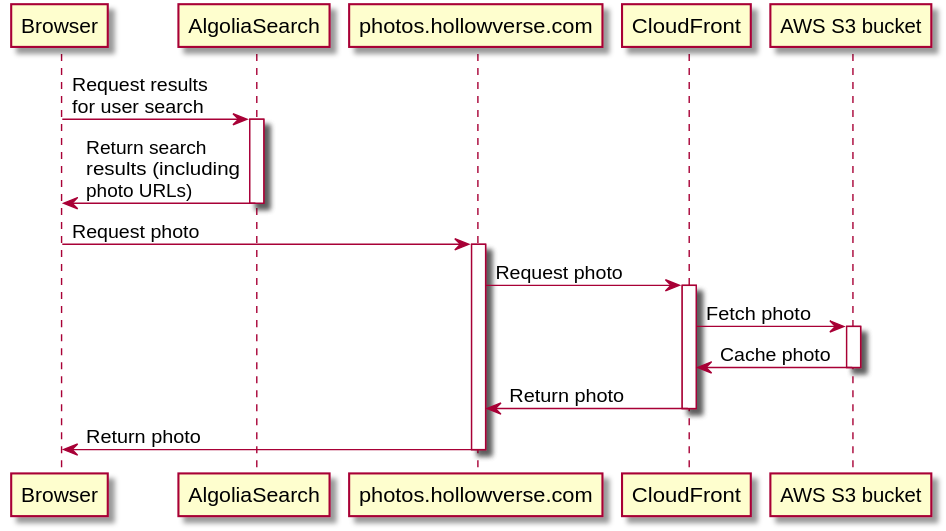
hollowverse-archive/architecture keeps this PlantUML diagram as architectures/diagrams/afterDownloadingIndexHtmlSearchPage.puml.svg. Above is the earlier version. Its source is kept beside it as architectures/diagrams/afterDownloadingIndexHtmlSearchPage.puml. Its diagram source:
```plantuml
@startuml
participant Browser as browser
participant AlgoliaSearch as algolia
participant "photos.hollowverse.com" as photos
participant CloudFront as cf
participant "AWS S3 bucket" as s3

browser -> algolia: Request results\nfor user search
activate algolia
algolia -> browser: Return search\nresults (including\nphoto URLs)
deactivate algolia
browser -> photos: Request photo
activate photos
photos -> cf: Request photo
activate cf
cf -> s3: Fetch photo
activate s3
s3 -> cf: Cache photo
deactivate s3
cf -> photos: Return photo
deactivate cf
photos -> browser: Return photo
deactivate photos
@enduml
```
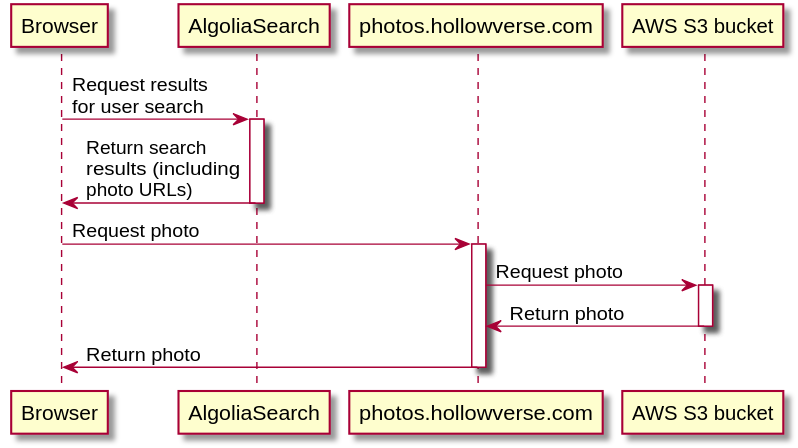
Later version of the same file.

Change to the diagram source:
```diff
@@ -2,7 +2,6 @@
 participant Browser as browser
 participant AlgoliaSearch as algolia
 participant "photos.hollowverse.com" as photos
-participant CloudFront as cf
 participant "AWS S3 bucket" as s3
 
 browser -> algolia: Request results\nfor user search
@@ -11,14 +10,10 @@
 deactivate algolia
 browser -> photos: Request photo
 activate photos
-photos -> cf: Request photo
-activate cf
-cf -> s3: Fetch photo
+photos -> s3: Request photo
 activate s3
-s3 -> cf: Cache photo
+s3 -> photos: Return photo
 deactivate s3
-cf -> photos: Return photo
-deactivate cf
 photos -> browser: Return photo
 deactivate photos
 @enduml
```
